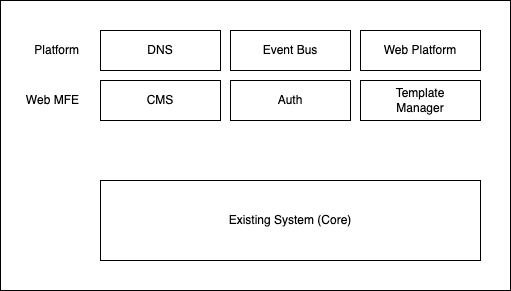
Above: docs/architecture/physical/assets/Domains.drawio.png in NHSDigital/nhs-notify (draw.io), before the change. Source tidied: cells renumbered, new cells last; positions are measured from the earlier drawing's top-left corner, leaving out a move shared by most shapes.
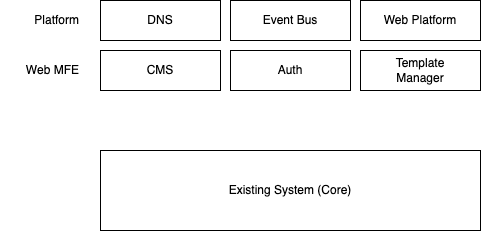
After the commit.

Commit message:
Add additional layer to nav for Physical Architecture

What changed in the source:
```diff
@@ -2,9 +2,6 @@
   <root>
     <mxCell id="0" />
     <mxCell id="1" parent="0" />
-    <mxCell id="2" style="rounded=0;whiteSpace=wrap;html=1;" parent="1" vertex="1">
-      <mxGeometry width="510" height="290" as="geometry" />
-    </mxCell>
     <mxCell id="3" value="Existing System (Core)" style="rounded=0;whiteSpace=wrap;html=1;" parent="1" vertex="1">
       <mxGeometry x="100" y="180" width="380" height="80" as="geometry" />
     </mxCell>
```
